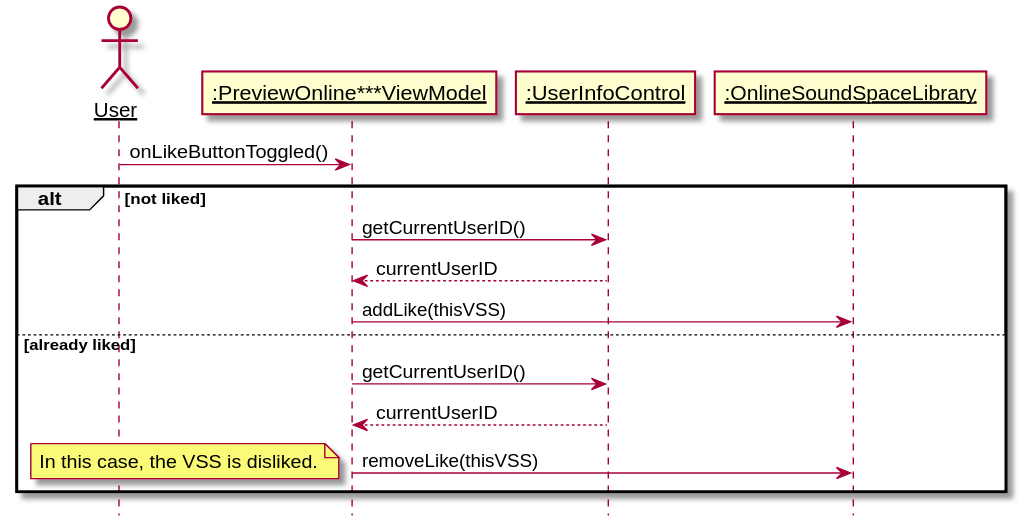
kpp19920121/doc keeps this PlantUML diagram as 设计/Diagrams/LikeVSS.svg. Above is the earlier version. Source of this version:
```plantuml
@startuml Diagrams/LikeVSS
hide footbox
skinparam sequenceParticipant underline
actor User as user
participant ":PreviewOnline***ViewModel" as viewModel
participant ":UserInfoControl" as info
participant ":OnlineSoundSpaceLibrary" as library

user -> viewModel: onLikeButtonToggled()
alt not liked
    viewModel -> info: getCurrentUserID()
    info --> viewModel: currentUserID
    viewModel -> library: addLike(thisVSS)
else already liked
    viewModel -> info: getCurrentUserID()
    info --> viewModel: currentUserID
    viewModel -> library: removeLike(thisVSS)
    note left: In this case, the VSS is disliked.
end

@enduml
```
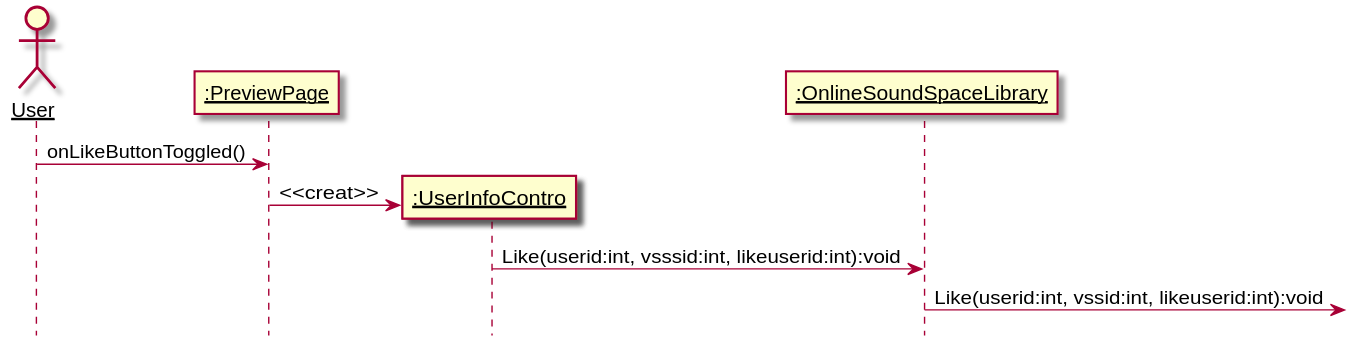
After the change.

Diff of the diagram source:
```diff
@@ -2,20 +2,14 @@
 hide footbox
 skinparam sequenceParticipant underline
 actor User as user
-participant ":PreviewOnline***ViewModel" as viewModel
-participant ":UserInfoControl" as info
+participant ":PreviewPage" as viewModel
+participant ":UserInfoContro" as info
 participant ":OnlineSoundSpaceLibrary" as library
 
 user -> viewModel: onLikeButtonToggled()
-alt not liked
-    viewModel -> info: getCurrentUserID()
-    info --> viewModel: currentUserID
-    viewModel -> library: addLike(thisVSS)
-else already liked
-    viewModel -> info: getCurrentUserID()
-    info --> viewModel: currentUserID
-    viewModel -> library: removeLike(thisVSS)
-    note left: In this case, the VSS is disliked.
-end
+create info
+viewModel->info:<<creat>>
+info->library:Like(userid:int, vsssid:int, likeuserid:int):void
+library->:Like(userid:int, vssid:int, likeuserid:int):void
 
 @enduml
```
